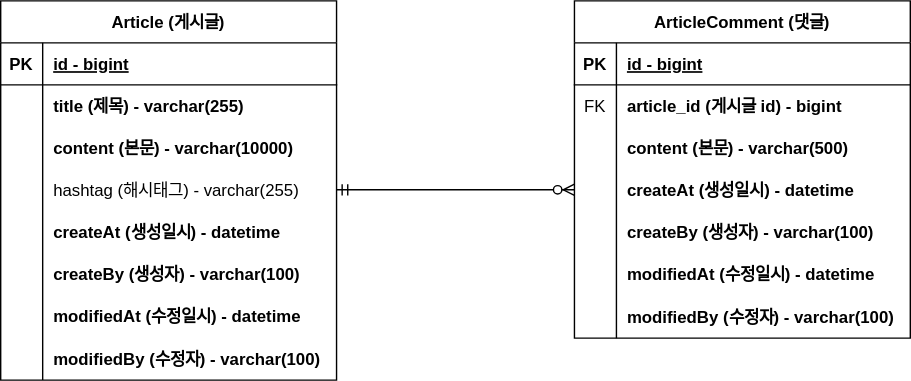
whwlsgkr7/MyProject-board keeps this draw.io diagram as document/project-board-erd.svg. Above is the earlier version. Source tidied: cells renumbered, new cells last; positions are measured from the earlier drawing's top-left corner, leaving out a move shared by most shapes.
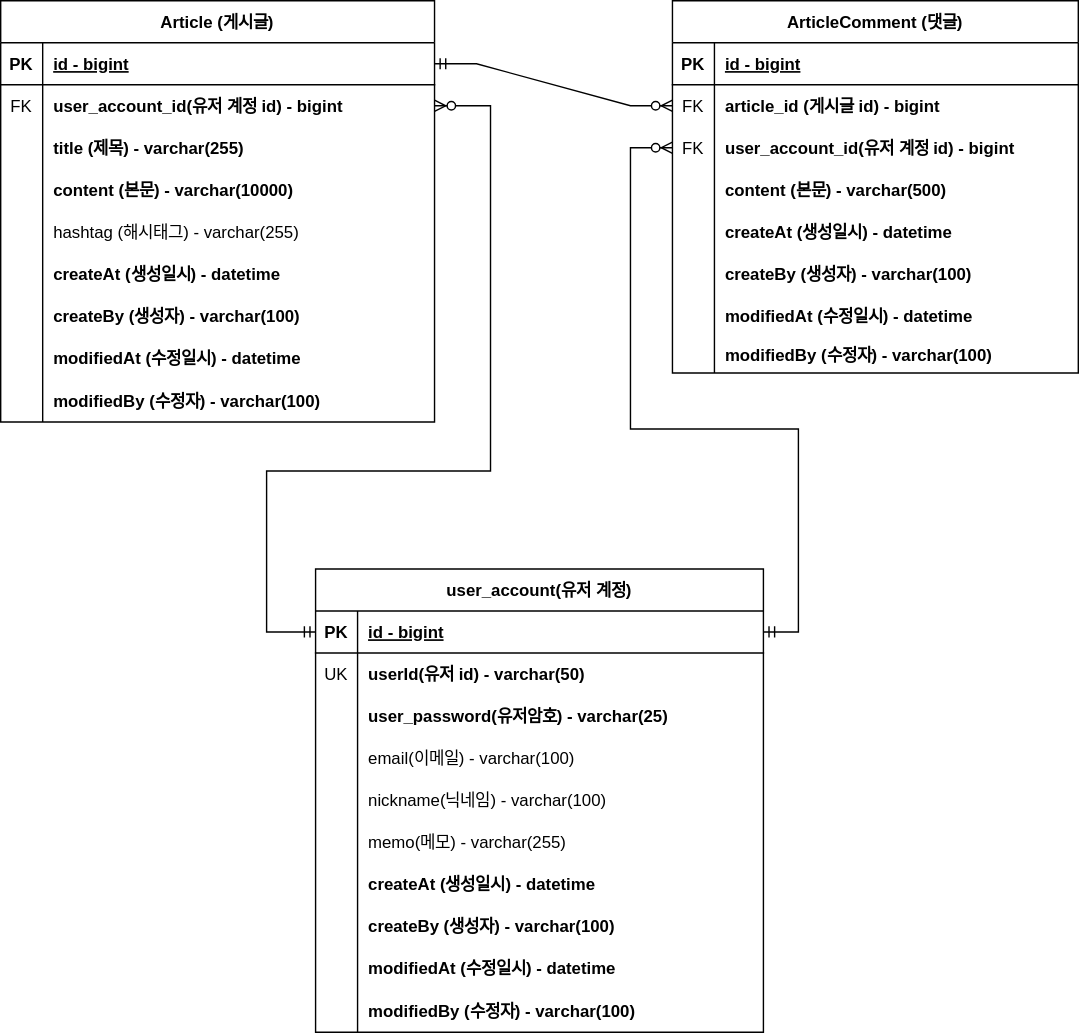
After the commit.

Commit message:
ERD 업데이트 - 유저 계정 추가

The edit, as a diff of the source:
```diff
@@ -5,6 +5,6 @@
     <mxCell id="2" value="Article (게시글)" style="shape=table;startSize=30;rowLines=0;fontStyle=1;align=center;" parent="1" vertex="1">
-      <mxGeometry width="240" height="271" as="geometry" />
+      <mxGeometry x="-70" width="310" height="301" as="geometry" />
     </mxCell>
     <mxCell id="3" style="shape=partialRectangle;fillColor=none;points=[[0,0.5],[1,0.5]];portConstraint=eastwest;top=0;left=0;right=0;bottom=1;" parent="2" vertex="1">
-      <mxGeometry y="30" width="240" height="30" as="geometry" />
+      <mxGeometry y="30" width="310" height="30" as="geometry" />
     </mxCell>
@@ -14,15 +14,24 @@
     <mxCell id="5" value="id - bigint" style="shape=partialRectangle;overflow=hidden;fillColor=none;top=0;left=0;bottom=0;right=0;align=left;spacingLeft=6;fontStyle=5;" parent="3" vertex="1">
-      <mxGeometry x="30" width="210" height="30" as="geometry" />
+      <mxGeometry x="30" width="280" height="30" as="geometry" />
     </mxCell>
     <mxCell id="6" style="shape=partialRectangle;fillColor=none;points=[[0,0.5],[1,0.5]];portConstraint=eastwest;top=0;left=0;right=0;bottom=0;" parent="2" vertex="1">
-      <mxGeometry y="60" width="240" height="30" as="geometry" />
+      <mxGeometry y="60" width="310" height="30" as="geometry" />
     </mxCell>
-    <mxCell id="7" style="shape=partialRectangle;overflow=hidden;fillColor=none;top=0;left=0;bottom=0;right=0;" parent="6" vertex="1">
+    <mxCell id="7" value="FK" style="shape=partialRectangle;overflow=hidden;fillColor=none;top=0;left=0;bottom=0;right=0;" parent="6" vertex="1">
       <mxGeometry width="30" height="30" as="geometry" />
     </mxCell>
-    <mxCell id="8" value="title (제목) - varchar(255)" style="shape=partialRectangle;overflow=hidden;fillColor=none;top=0;left=0;bottom=0;right=0;align=left;spacingLeft=6;fontStyle=1;" parent="6" vertex="1">
-      <mxGeometry x="30" width="210" height="30" as="geometry" />
+    <mxCell id="8" value="user_account_id(유저 계정 id) - bigint" style="shape=partialRectangle;overflow=hidden;fillColor=none;top=0;left=0;bottom=0;right=0;align=left;spacingLeft=6;fontStyle=1;" parent="6" vertex="1">
+      <mxGeometry x="30" width="280" height="30" as="geometry" />
     </mxCell>
+    <mxCell id="50" style="shape=partialRectangle;fillColor=none;top=0;left=0;right=0;bottom=0;" parent="2" vertex="1">
+      <mxGeometry y="90" width="310" height="30" as="geometry" />
+    </mxCell>
+    <mxCell id="51" style="shape=partialRectangle;overflow=hidden;fillColor=none;top=0;left=0;bottom=0;right=0;" parent="50" vertex="1">
+      <mxGeometry width="30" height="30" as="geometry" />
+    </mxCell>
+    <mxCell id="52" value="title (제목) - varchar(255)" style="shape=partialRectangle;overflow=hidden;fillColor=none;top=0;left=0;bottom=0;right=0;align=left;spacingLeft=6;fontStyle=1;" parent="50" vertex="1">
+      <mxGeometry x="30" width="280" height="30" as="geometry" />
+    </mxCell>
     <mxCell id="9" style="shape=partialRectangle;fillColor=none;top=0;left=0;right=0;bottom=0;" parent="2" vertex="1">
-      <mxGeometry y="90" width="240" height="30" as="geometry" />
+      <mxGeometry y="120" width="310" height="30" as="geometry" />
     </mxCell>
@@ -32,6 +41,6 @@
     <mxCell id="11" value="content (본문) - varchar(10000)" style="shape=partialRectangle;overflow=hidden;fillColor=none;top=0;left=0;bottom=0;right=0;align=left;spacingLeft=6;fontStyle=1;" parent="9" vertex="1">
-      <mxGeometry x="30" width="210" height="30" as="geometry" />
+      <mxGeometry x="30" width="280" height="30" as="geometry" />
     </mxCell>
     <mxCell id="12" style="shape=partialRectangle;fillColor=none;points=[[0,0.5],[1,0.5]];portConstraint=eastwest;top=0;left=0;right=0;bottom=0;" parent="2" vertex="1">
-      <mxGeometry y="120" width="240" height="30" as="geometry" />
+      <mxGeometry y="150" width="310" height="30" as="geometry" />
     </mxCell>
@@ -41,6 +50,6 @@
     <mxCell id="14" value="hashtag (해시태그) - varchar(255)" style="shape=partialRectangle;overflow=hidden;fillColor=none;top=0;left=0;bottom=0;right=0;align=left;spacingLeft=6;" parent="12" vertex="1">
-      <mxGeometry x="30" width="210" height="30" as="geometry" />
+      <mxGeometry x="30" width="280" height="30" as="geometry" />
     </mxCell>
     <mxCell id="15" style="shape=partialRectangle;fillColor=none;top=0;left=0;right=0;bottom=0;" parent="2" vertex="1">
-      <mxGeometry y="150" width="240" height="30" as="geometry" />
+      <mxGeometry y="180" width="310" height="30" as="geometry" />
     </mxCell>
@@ -50,6 +59,6 @@
     <mxCell id="17" value="createAt (생성일시) - datetime" style="shape=partialRectangle;overflow=hidden;fillColor=none;top=0;left=0;bottom=0;right=0;align=left;spacingLeft=6;fontStyle=1;" parent="15" vertex="1">
-      <mxGeometry x="30" width="210" height="30" as="geometry" />
+      <mxGeometry x="30" width="280" height="30" as="geometry" />
     </mxCell>
     <mxCell id="18" style="shape=partialRectangle;fillColor=none;top=0;left=0;right=0;bottom=0;" parent="2" vertex="1">
-      <mxGeometry y="180" width="240" height="30" as="geometry" />
+      <mxGeometry y="210" width="310" height="30" as="geometry" />
     </mxCell>
@@ -59,6 +68,6 @@
     <mxCell id="20" value="createBy (생성자) - varchar(100)" style="shape=partialRectangle;overflow=hidden;fillColor=none;top=0;left=0;bottom=0;right=0;align=left;spacingLeft=6;fontStyle=1;" parent="18" vertex="1">
-      <mxGeometry x="30" width="210" height="30" as="geometry" />
+      <mxGeometry x="30" width="280" height="30" as="geometry" />
     </mxCell>
     <mxCell id="21" style="shape=partialRectangle;fillColor=none;top=0;left=0;right=0;bottom=0;" parent="2" vertex="1">
-      <mxGeometry y="210" width="240" height="30" as="geometry" />
+      <mxGeometry y="240" width="310" height="30" as="geometry" />
     </mxCell>
@@ -68,6 +77,6 @@
     <mxCell id="23" value="modifiedAt (수정일시) - datetime" style="shape=partialRectangle;overflow=hidden;fillColor=none;top=0;left=0;bottom=0;right=0;align=left;spacingLeft=6;fontStyle=1;" parent="21" vertex="1">
-      <mxGeometry x="30" width="210" height="30" as="geometry" />
+      <mxGeometry x="30" width="280" height="30" as="geometry" />
     </mxCell>
     <mxCell id="24" style="shape=partialRectangle;fillColor=none;top=0;left=0;right=0;bottom=0;" parent="2" vertex="1">
-      <mxGeometry y="240" width="240" height="31" as="geometry" />
+      <mxGeometry y="270" width="310" height="31" as="geometry" />
     </mxCell>
@@ -77,9 +86,9 @@
     <mxCell id="26" value="modifiedBy (수정자) - varchar(100)" style="shape=partialRectangle;overflow=hidden;fillColor=none;top=0;left=0;bottom=0;right=0;align=left;spacingLeft=6;fontStyle=1;" parent="24" vertex="1">
-      <mxGeometry x="30" width="210" height="31" as="geometry" />
+      <mxGeometry x="30" width="280" height="31" as="geometry" />
     </mxCell>
     <mxCell id="27" value="ArticleComment (댓글)" style="shape=table;startSize=30;rowLines=0;fontStyle=1;align=center;" parent="1" vertex="1">
-      <mxGeometry x="410" width="240" height="241" as="geometry" />
+      <mxGeometry x="410" width="290" height="266" as="geometry" />
     </mxCell>
     <mxCell id="28" style="shape=partialRectangle;fillColor=none;top=0;left=0;right=0;bottom=1;" parent="27" vertex="1">
-      <mxGeometry y="30" width="240" height="30" as="geometry" />
+      <mxGeometry y="30" width="290" height="30" as="geometry" />
     </mxCell>
@@ -89,6 +98,6 @@
     <mxCell id="30" value="id - bigint" style="shape=partialRectangle;overflow=hidden;fillColor=none;top=0;left=0;bottom=0;right=0;align=left;spacingLeft=6;fontStyle=5;" parent="28" vertex="1">
-      <mxGeometry x="30" width="210" height="30" as="geometry" />
+      <mxGeometry x="30" width="260" height="30" as="geometry" />
     </mxCell>
     <mxCell id="31" style="shape=partialRectangle;fillColor=none;points=[[0,0.5],[1,0.5]];portConstraint=eastwest;top=0;left=0;right=0;bottom=0;" parent="27" vertex="1">
-      <mxGeometry y="60" width="240" height="30" as="geometry" />
+      <mxGeometry y="60" width="290" height="30" as="geometry" />
     </mxCell>
@@ -98,6 +107,15 @@
     <mxCell id="33" value="article_id (게시글 id) - bigint  " style="shape=partialRectangle;overflow=hidden;fillColor=none;top=0;left=0;bottom=0;right=0;align=left;spacingLeft=6;fontStyle=1;" parent="31" vertex="1">
-      <mxGeometry x="30" width="210" height="30" as="geometry" />
+      <mxGeometry x="30" width="260" height="30" as="geometry" />
     </mxCell>
+    <mxCell id="53" style="shape=partialRectangle;fillColor=none;points=[[0,0.5],[1,0.5]];portConstraint=eastwest;top=0;left=0;right=0;bottom=0;" parent="27" vertex="1">
+      <mxGeometry y="90" width="290" height="30" as="geometry" />
+    </mxCell>
+    <mxCell id="54" value="FK" style="shape=partialRectangle;overflow=hidden;fillColor=none;top=0;left=0;bottom=0;right=0;" parent="53" vertex="1">
+      <mxGeometry width="30" height="30" as="geometry" />
+    </mxCell>
+    <mxCell id="55" value="user_account_id(유저 계정 id) - bigint" style="shape=partialRectangle;overflow=hidden;fillColor=none;top=0;left=0;bottom=0;right=0;align=left;spacingLeft=6;fontStyle=1;" parent="53" vertex="1">
+      <mxGeometry x="30" width="260" height="30" as="geometry" />
+    </mxCell>
     <mxCell id="34" style="shape=partialRectangle;fillColor=none;top=0;left=0;right=0;bottom=0;" parent="27" vertex="1">
-      <mxGeometry y="90" width="240" height="30" as="geometry" />
+      <mxGeometry y="120" width="290" height="30" as="geometry" />
     </mxCell>
@@ -107,6 +125,6 @@
     <mxCell id="36" value="content (본문) - varchar(500)" style="shape=partialRectangle;overflow=hidden;fillColor=none;top=0;left=0;bottom=0;right=0;align=left;spacingLeft=6;fontStyle=1;" parent="34" vertex="1">
-      <mxGeometry x="30" width="210" height="30" as="geometry" />
+      <mxGeometry x="30" width="260" height="30" as="geometry" />
     </mxCell>
     <mxCell id="37" style="shape=partialRectangle;fillColor=none;points=[[0,0.5],[1,0.5]];portConstraint=eastwest;top=0;left=0;right=0;bottom=0;" parent="27" vertex="1">
-      <mxGeometry y="120" width="240" height="30" as="geometry" />
+      <mxGeometry y="150" width="290" height="30" as="geometry" />
     </mxCell>
@@ -116,6 +134,6 @@
     <mxCell id="39" value="createAt (생성일시) - datetime" style="shape=partialRectangle;overflow=hidden;fillColor=none;top=0;left=0;bottom=0;right=0;align=left;spacingLeft=6;fontStyle=1;" parent="37" vertex="1">
-      <mxGeometry x="30" width="210" height="30" as="geometry" />
+      <mxGeometry x="30" width="260" height="30" as="geometry" />
     </mxCell>
     <mxCell id="40" style="shape=partialRectangle;fillColor=none;top=0;left=0;right=0;bottom=0;" parent="27" vertex="1">
-      <mxGeometry y="150" width="240" height="30" as="geometry" />
+      <mxGeometry y="180" width="290" height="30" as="geometry" />
     </mxCell>
@@ -125,6 +143,6 @@
     <mxCell id="42" value="createBy (생성자) - varchar(100)" style="shape=partialRectangle;overflow=hidden;fillColor=none;top=0;left=0;bottom=0;right=0;align=left;spacingLeft=6;fontStyle=1;" parent="40" vertex="1">
-      <mxGeometry x="30" width="210" height="30" as="geometry" />
+      <mxGeometry x="30" width="260" height="30" as="geometry" />
     </mxCell>
     <mxCell id="43" style="shape=partialRectangle;fillColor=none;top=0;left=0;right=0;bottom=0;" parent="27" vertex="1">
-      <mxGeometry y="180" width="240" height="30" as="geometry" />
+      <mxGeometry y="210" width="290" height="30" as="geometry" />
     </mxCell>
@@ -134,16 +152,129 @@
     <mxCell id="45" value="modifiedAt (수정일시) - datetime" style="shape=partialRectangle;overflow=hidden;fillColor=none;top=0;left=0;bottom=0;right=0;align=left;spacingLeft=6;fontStyle=1;" parent="43" vertex="1">
-      <mxGeometry x="30" width="210" height="30" as="geometry" />
+      <mxGeometry x="30" width="260" height="30" as="geometry" />
     </mxCell>
     <mxCell id="46" style="shape=partialRectangle;fillColor=none;top=0;left=0;right=0;bottom=0;" parent="27" vertex="1">
-      <mxGeometry y="210" width="240" height="31" as="geometry" />
+      <mxGeometry y="240" width="290" height="26" as="geometry" />
     </mxCell>
     <mxCell id="47" style="shape=partialRectangle;overflow=hidden;fillColor=none;top=0;left=0;bottom=0;right=0;" parent="46" vertex="1">
-      <mxGeometry width="30" height="31" as="geometry" />
+      <mxGeometry width="30" height="26" as="geometry" />
     </mxCell>
     <mxCell id="48" value="modifiedBy (수정자) - varchar(100)" style="shape=partialRectangle;overflow=hidden;fillColor=none;top=0;left=0;bottom=0;right=0;align=left;spacingLeft=6;fontStyle=1;" parent="46" vertex="1">
-      <mxGeometry x="30" width="210" height="31" as="geometry" />
+      <mxGeometry x="30" width="260" height="26" as="geometry" />
     </mxCell>
-    <mxCell id="49" style="edgeStyle=entityRelationEdgeStyle;fontSize=12;html=1;endArrow=ERzeroToMany;startArrow=ERmandOne;rounded=0;exitX=1;exitY=0.5;exitDx=0;exitDy=0;entryX=0;entryY=0.5;entryDx=0;entryDy=0;" parent="1" edge="1" source="12" target="37">
+    <mxCell id="49" style="edgeStyle=entityRelationEdgeStyle;fontSize=12;html=1;endArrow=ERzeroToMany;startArrow=ERmandOne;rounded=0;exitX=1;exitY=0.5;exitDx=0;exitDy=0;entryX=0;entryY=0.5;entryDx=0;entryDy=0;" parent="1" edge="1" source="3" target="31">
       <mxGeometry relative="1" as="geometry" />
     </mxCell>
+    <mxCell id="56" value="user_account(유저 계정)" style="shape=table;startSize=30;rowLines=0;fontStyle=1;align=center;" parent="1" vertex="1">
+      <mxGeometry x="155" y="406" width="320" height="331" as="geometry" />
+    </mxCell>
+    <mxCell id="57" style="shape=partialRectangle;fillColor=none;points=[[0,0.5],[1,0.5]];portConstraint=eastwest;top=0;left=0;right=0;bottom=1;" parent="56" vertex="1">
+      <mxGeometry y="30" width="320" height="30" as="geometry" />
+    </mxCell>
+    <mxCell id="58" value="PK" style="shape=partialRectangle;overflow=hidden;fillColor=none;top=0;left=0;bottom=0;right=0;fontStyle=1;" parent="57" vertex="1">
+      <mxGeometry width="30" height="30" as="geometry" />
+    </mxCell>
+    <mxCell id="59" value="id - bigint" style="shape=partialRectangle;overflow=hidden;fillColor=none;top=0;left=0;bottom=0;right=0;align=left;spacingLeft=6;fontStyle=5;" parent="57" vertex="1">
+      <mxGeometry x="30" width="290" height="30" as="geometry" />
+    </mxCell>
+    <mxCell id="60" style="shape=partialRectangle;fillColor=none;top=0;left=0;right=0;bottom=0;" parent="56" vertex="1">
+      <mxGeometry y="60" width="320" height="30" as="geometry" />
+    </mxCell>
+    <mxCell id="61" value="UK" style="shape=partialRectangle;overflow=hidden;fillColor=none;top=0;left=0;bottom=0;right=0;" parent="60" vertex="1">
+      <mxGeometry width="30" height="30" as="geometry" />
+    </mxCell>
+    <mxCell id="62" value="userId(유저 id) - varchar(50)" style="shape=partialRectangle;overflow=hidden;fillColor=none;top=0;left=0;bottom=0;right=0;align=left;spacingLeft=6;fontStyle=1;" parent="60" vertex="1">
+      <mxGeometry x="30" width="290" height="30" as="geometry" />
+    </mxCell>
+    <mxCell id="63" style="shape=partialRectangle;fillColor=none;top=0;left=0;right=0;bottom=0;" parent="56" vertex="1">
+      <mxGeometry y="90" width="320" height="30" as="geometry" />
+    </mxCell>
+    <mxCell id="64" style="shape=partialRectangle;overflow=hidden;fillColor=none;top=0;left=0;bottom=0;right=0;" parent="63" vertex="1">
+      <mxGeometry width="30" height="30" as="geometry" />
+    </mxCell>
+    <mxCell id="65" value="user_password(유저암호) - varchar(25)" style="shape=partialRectangle;overflow=hidden;fillColor=none;top=0;left=0;bottom=0;right=0;align=left;spacingLeft=6;fontStyle=1;" parent="63" vertex="1">
+      <mxGeometry x="30" width="290" height="30" as="geometry" />
+    </mxCell>
+    <mxCell id="66" style="shape=partialRectangle;fillColor=none;top=0;left=0;right=0;bottom=0;" parent="56" vertex="1">
+      <mxGeometry y="120" width="320" height="30" as="geometry" />
+    </mxCell>
+    <mxCell id="67" style="shape=partialRectangle;overflow=hidden;fillColor=none;top=0;left=0;bottom=0;right=0;" parent="66" vertex="1">
+      <mxGeometry width="30" height="30" as="geometry" />
+    </mxCell>
+    <mxCell id="68" value="email(이메일) - varchar(100)" style="shape=partialRectangle;overflow=hidden;fillColor=none;top=0;left=0;bottom=0;right=0;align=left;spacingLeft=6;fontStyle=0;" parent="66" vertex="1">
+      <mxGeometry x="30" width="290" height="30" as="geometry" />
+    </mxCell>
+    <mxCell id="69" style="shape=partialRectangle;fillColor=none;top=0;left=0;right=0;bottom=0;" parent="56" vertex="1">
+      <mxGeometry y="150" width="320" height="30" as="geometry" />
+    </mxCell>
+    <mxCell id="70" style="shape=partialRectangle;overflow=hidden;fillColor=none;top=0;left=0;bottom=0;right=0;" parent="69" vertex="1">
+      <mxGeometry width="30" height="30" as="geometry" />
+    </mxCell>
+    <mxCell id="71" value="nickname(닉네임) - varchar(100)        " style="shape=partialRectangle;overflow=hidden;fillColor=none;top=0;left=0;bottom=0;right=0;align=left;spacingLeft=6;" parent="69" vertex="1">
+      <mxGeometry x="30" width="290" height="30" as="geometry" />
+    </mxCell>
+    <mxCell id="72" style="shape=partialRectangle;fillColor=none;top=0;left=0;right=0;bottom=0;" parent="56" vertex="1">
+      <mxGeometry y="180" width="320" height="30" as="geometry" />
+    </mxCell>
+    <mxCell id="73" style="shape=partialRectangle;overflow=hidden;fillColor=none;top=0;left=0;bottom=0;right=0;" parent="72" vertex="1">
+      <mxGeometry width="30" height="30" as="geometry" />
+    </mxCell>
+    <mxCell id="74" value="memo(메모) - varchar(255)" style="shape=partialRectangle;overflow=hidden;fillColor=none;top=0;left=0;bottom=0;right=0;align=left;spacingLeft=6;" parent="72" vertex="1">
+      <mxGeometry x="30" width="290" height="30" as="geometry" />
+    </mxCell>
+    <mxCell id="75" style="shape=partialRectangle;fillColor=none;top=0;left=0;right=0;bottom=0;" parent="56" vertex="1">
+      <mxGeometry y="210" width="320" height="30" as="geometry" />
+    </mxCell>
+    <mxCell id="76" style="shape=partialRectangle;overflow=hidden;fillColor=none;top=0;left=0;bottom=0;right=0;" parent="75" vertex="1">
+      <mxGeometry width="30" height="30" as="geometry" />
+    </mxCell>
+    <mxCell id="77" value="createAt (생성일시) - datetime" style="shape=partialRectangle;overflow=hidden;fillColor=none;top=0;left=0;bottom=0;right=0;align=left;spacingLeft=6;fontStyle=1;" parent="75" vertex="1">
+      <mxGeometry x="30" width="290" height="30" as="geometry" />
+    </mxCell>
+    <mxCell id="78" style="shape=partialRectangle;fillColor=none;top=0;left=0;right=0;bottom=0;" parent="56" vertex="1">
+      <mxGeometry y="240" width="320" height="30" as="geometry" />
+    </mxCell>
+    <mxCell id="79" style="shape=partialRectangle;overflow=hidden;fillColor=none;top=0;left=0;bottom=0;right=0;" parent="78" vertex="1">
+      <mxGeometry width="30" height="30" as="geometry" />
+    </mxCell>
+    <mxCell id="80" value="createBy (생성자) - varchar(100)" style="shape=partialRectangle;overflow=hidden;fillColor=none;top=0;left=0;bottom=0;right=0;align=left;spacingLeft=6;fontStyle=1;" parent="78" vertex="1">
+      <mxGeometry x="30" width="290" height="30" as="geometry" />
+    </mxCell>
+    <mxCell id="81" style="shape=partialRectangle;fillColor=none;top=0;left=0;right=0;bottom=0;" parent="56" vertex="1">
+      <mxGeometry y="270" width="320" height="30" as="geometry" />
+    </mxCell>
+    <mxCell id="82" style="shape=partialRectangle;overflow=hidden;fillColor=none;top=0;left=0;bottom=0;right=0;" parent="81" vertex="1">
+      <mxGeometry width="30" height="30" as="geometry" />
+    </mxCell>
+    <mxCell id="83" value="modifiedAt (수정일시) - datetime" style="shape=partialRectangle;overflow=hidden;fillColor=none;top=0;left=0;bottom=0;right=0;align=left;spacingLeft=6;fontStyle=1;" parent="81" vertex="1">
+      <mxGeometry x="30" width="290" height="30" as="geometry" />
+    </mxCell>
+    <mxCell id="84" style="shape=partialRectangle;fillColor=none;top=0;left=0;right=0;bottom=0;" parent="56" vertex="1">
+      <mxGeometry y="300" width="320" height="31" as="geometry" />
+    </mxCell>
+    <mxCell id="85" style="shape=partialRectangle;overflow=hidden;fillColor=none;top=0;left=0;bottom=0;right=0;" parent="84" vertex="1">
+      <mxGeometry width="30" height="31" as="geometry" />
+    </mxCell>
+    <mxCell id="86" value="modifiedBy (수정자) - varchar(100)" style="shape=partialRectangle;overflow=hidden;fillColor=none;top=0;left=0;bottom=0;right=0;align=left;spacingLeft=6;fontStyle=1;" parent="84" vertex="1">
+      <mxGeometry x="30" width="290" height="31" as="geometry" />
+    </mxCell>
+    <mxCell id="87" style="edgeStyle=orthogonalEdgeStyle;fontSize=12;html=1;endArrow=ERzeroToMany;startArrow=ERmandOne;rounded=0;exitX=1;exitY=0.5;exitDx=0;exitDy=0;entryX=0;entryY=0.5;entryDx=0;entryDy=0;" parent="1" edge="1" source="57" target="53">
+      <mxGeometry relative="1" as="geometry">
+        <Array as="points">
+          <mxPoint x="500" y="451" />
+          <mxPoint x="500" y="306" />
+          <mxPoint x="380" y="306" />
+          <mxPoint x="380" y="105" />
+        </Array>
+      </mxGeometry>
+    </mxCell>
+    <mxCell id="88" style="edgeStyle=orthogonalEdgeStyle;fontSize=12;html=1;endArrow=ERzeroToMany;startArrow=ERmandOne;rounded=0;entryX=1;entryY=0.5;entryDx=0;entryDy=0;exitX=0;exitY=0.5;exitDx=0;exitDy=0;" parent="1" edge="1" source="57" target="6">
+      <mxGeometry relative="1" as="geometry">
+        <Array as="points">
+          <mxPoint x="120" y="451" />
+          <mxPoint x="120" y="336" />
+          <mxPoint x="280" y="336" />
+          <mxPoint x="280" y="75" />
+        </Array>
+      </mxGeometry>
+    </mxCell>
   </root>
```
